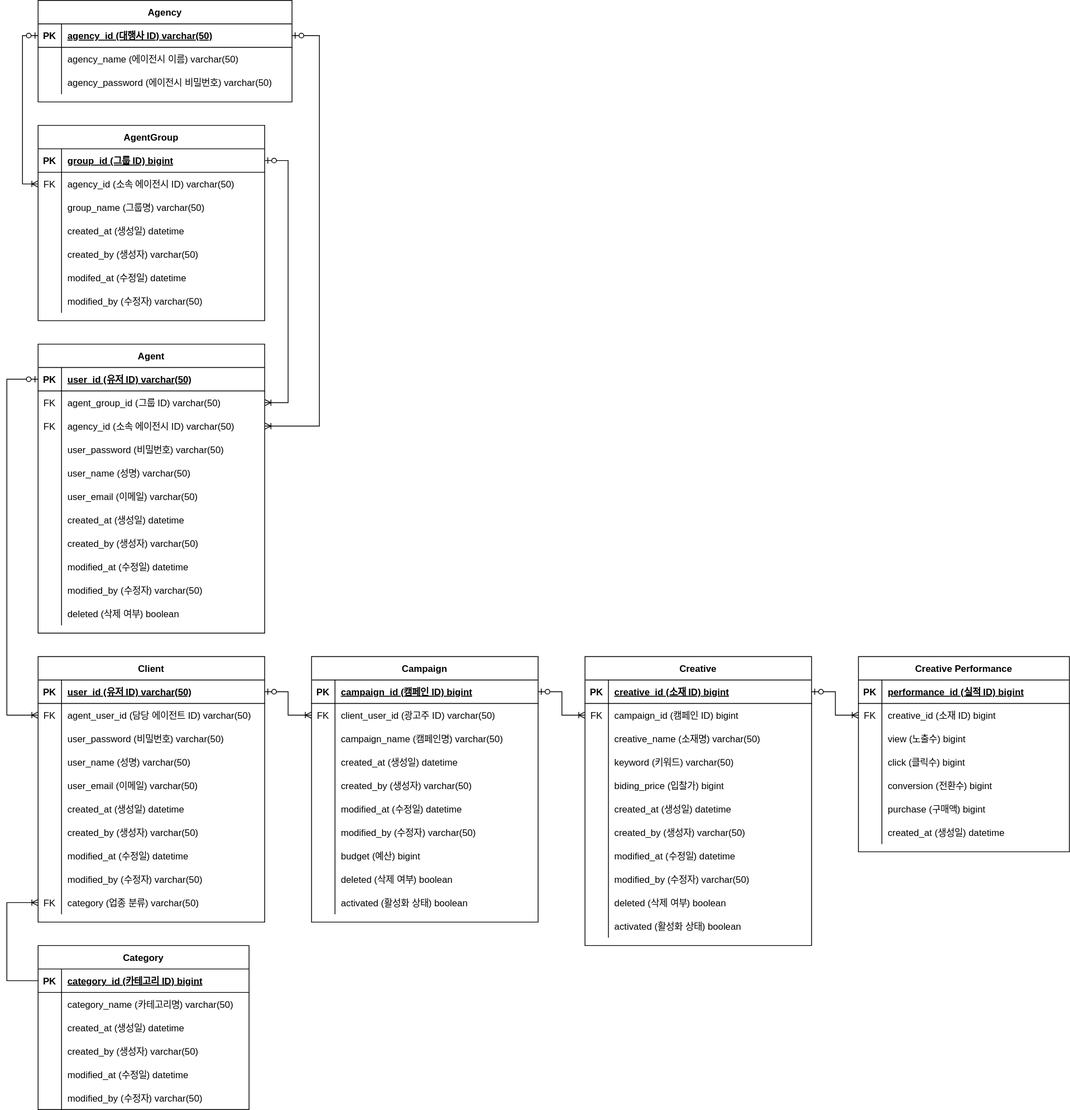
The draw.io diagram document/ERD.drawio.svg in mrcocoball/cocoball-ad-platform-agency, before a commit. Source tidied: cells renumbered, new cells last; positions are measured from the earlier drawing's top-left corner, leaving out a move shared by most shapes.
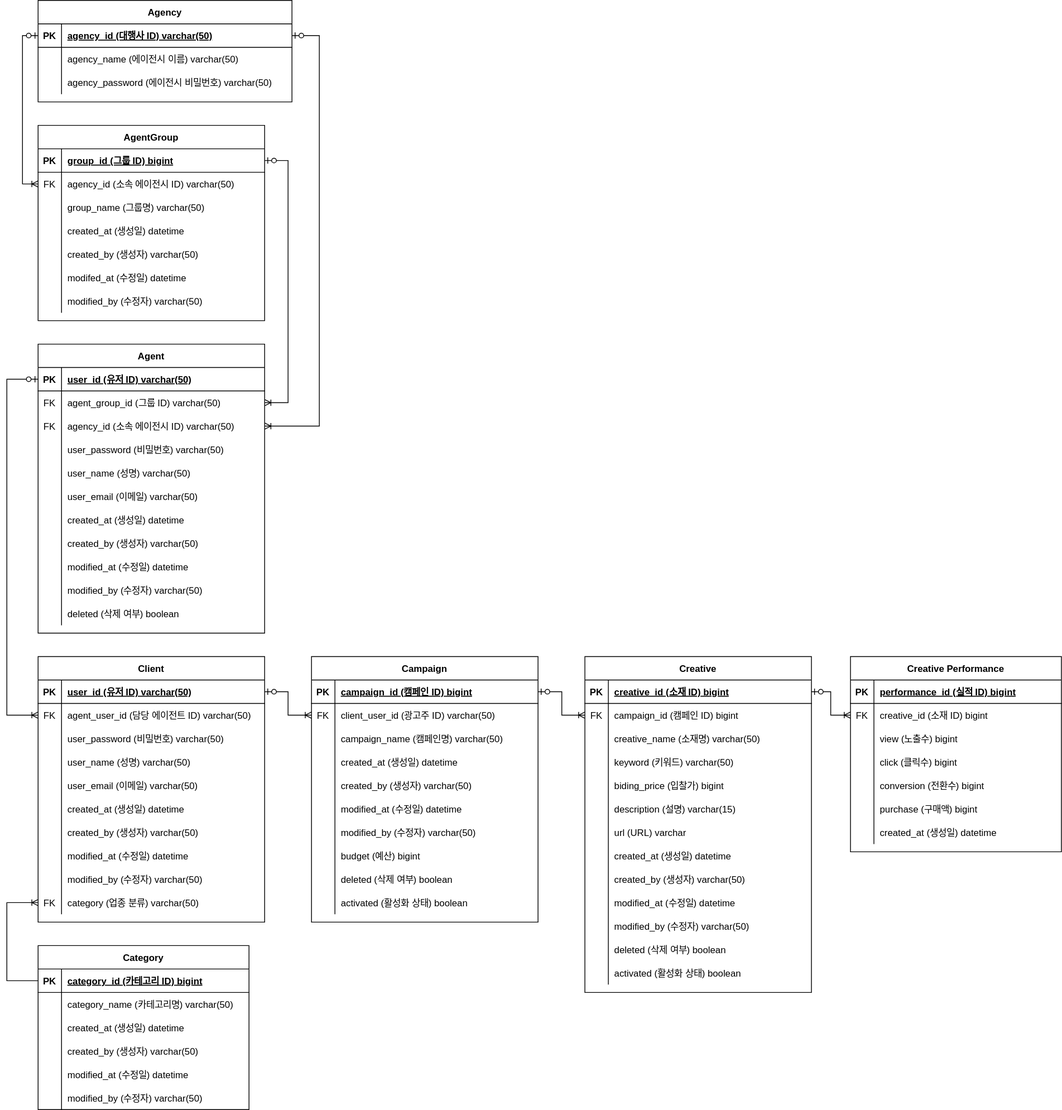
The same diagram one commit later.

The edit, as a diff of the source:
```diff
@@ -387,7 +387,7 @@
       <mxGeometry x="30" width="260" height="30" as="geometry" />
     </mxCell>
     <mxCell id="130" value="Creative" style="shape=table;startSize=30;rowLines=0;fontStyle=1;align=center;" parent="1" vertex="1">
-      <mxGeometry x="740" y="840" width="290" height="370" as="geometry" />
+      <mxGeometry x="740" y="840" width="290" height="430" as="geometry" />
     </mxCell>
     <mxCell id="131" style="shape=tableRow;horizontal=0;startSize=0;swimlaneHead=0;swimlaneBody=0;fillColor=none;points=[[0,0.5],[1,0.5]];portConstraint=eastwest;top=0;left=0;right=0;bottom=1;" parent="130" vertex="1">
       <mxGeometry y="30" width="290" height="30" as="geometry" />
@@ -434,8 +434,26 @@
     <mxCell id="145" value="biding_price (입찰가) bigint" style="shape=partialRectangle;fillColor=none;top=0;left=0;bottom=0;right=0;align=left;spacingLeft=6;overflow=hidden;" parent="143" vertex="1">
       <mxGeometry x="30" width="260" height="30" as="geometry" />
     </mxCell>
+    <mxCell id="214" style="shape=tableRow;horizontal=0;startSize=0;swimlaneHead=0;swimlaneBody=0;fillColor=none;top=0;left=0;right=0;bottom=0;" parent="130" vertex="1">
+      <mxGeometry y="180" width="290" height="30" as="geometry" />
+    </mxCell>
+    <mxCell id="215" style="shape=partialRectangle;fillColor=none;top=0;left=0;bottom=0;right=0;overflow=hidden;" parent="214" vertex="1">
+      <mxGeometry width="30" height="30" as="geometry" />
+    </mxCell>
+    <mxCell id="216" value="description (설명) varchar(15)" style="shape=partialRectangle;fillColor=none;top=0;left=0;bottom=0;right=0;align=left;spacingLeft=6;overflow=hidden;" parent="214" vertex="1">
+      <mxGeometry x="30" width="260" height="30" as="geometry" />
+    </mxCell>
+    <mxCell id="217" style="shape=tableRow;horizontal=0;startSize=0;swimlaneHead=0;swimlaneBody=0;fillColor=none;top=0;left=0;right=0;bottom=0;" parent="130" vertex="1">
+      <mxGeometry y="210" width="290" height="30" as="geometry" />
+    </mxCell>
+    <mxCell id="218" style="shape=partialRectangle;fillColor=none;top=0;left=0;bottom=0;right=0;overflow=hidden;" parent="217" vertex="1">
+      <mxGeometry width="30" height="30" as="geometry" />
+    </mxCell>
+    <mxCell id="219" value="url (URL) varchar" style="shape=partialRectangle;fillColor=none;top=0;left=0;bottom=0;right=0;align=left;spacingLeft=6;overflow=hidden;" parent="217" vertex="1">
+      <mxGeometry x="30" width="260" height="30" as="geometry" />
+    </mxCell>
     <mxCell id="146" style="shape=tableRow;horizontal=0;startSize=0;swimlaneHead=0;swimlaneBody=0;fillColor=none;top=0;left=0;right=0;bottom=0;" parent="130" vertex="1">
-      <mxGeometry y="180" width="290" height="30" as="geometry" />
+      <mxGeometry y="240" width="290" height="30" as="geometry" />
     </mxCell>
     <mxCell id="147" style="shape=partialRectangle;fillColor=none;top=0;left=0;bottom=0;right=0;overflow=hidden;" parent="146" vertex="1">
       <mxGeometry width="30" height="30" as="geometry" />
@@ -444,7 +462,7 @@
       <mxGeometry x="30" width="260" height="30" as="geometry" />
     </mxCell>
     <mxCell id="149" style="shape=tableRow;horizontal=0;startSize=0;swimlaneHead=0;swimlaneBody=0;fillColor=none;top=0;left=0;right=0;bottom=0;" parent="130" vertex="1">
-      <mxGeometry y="210" width="290" height="30" as="geometry" />
+      <mxGeometry y="270" width="290" height="30" as="geometry" />
     </mxCell>
     <mxCell id="150" style="shape=partialRectangle;fillColor=none;top=0;left=0;bottom=0;right=0;overflow=hidden;" parent="149" vertex="1">
       <mxGeometry width="30" height="30" as="geometry" />
@@ -453,7 +471,7 @@
       <mxGeometry x="30" width="260" height="30" as="geometry" />
     </mxCell>
     <mxCell id="152" style="shape=tableRow;horizontal=0;startSize=0;swimlaneHead=0;swimlaneBody=0;fillColor=none;top=0;left=0;right=0;bottom=0;" parent="130" vertex="1">
-      <mxGeometry y="240" width="290" height="30" as="geometry" />
+      <mxGeometry y="300" width="290" height="30" as="geometry" />
     </mxCell>
     <mxCell id="153" style="shape=partialRectangle;fillColor=none;top=0;left=0;bottom=0;right=0;overflow=hidden;" parent="152" vertex="1">
       <mxGeometry width="30" height="30" as="geometry" />
@@ -462,7 +480,7 @@
       <mxGeometry x="30" width="260" height="30" as="geometry" />
     </mxCell>
     <mxCell id="155" style="shape=tableRow;horizontal=0;startSize=0;swimlaneHead=0;swimlaneBody=0;fillColor=none;top=0;left=0;right=0;bottom=0;" parent="130" vertex="1">
-      <mxGeometry y="270" width="290" height="30" as="geometry" />
+      <mxGeometry y="330" width="290" height="30" as="geometry" />
     </mxCell>
     <mxCell id="156" style="shape=partialRectangle;fillColor=none;top=0;left=0;bottom=0;right=0;overflow=hidden;" parent="155" vertex="1">
       <mxGeometry width="30" height="30" as="geometry" />
@@ -471,7 +489,7 @@
       <mxGeometry x="30" width="260" height="30" as="geometry" />
     </mxCell>
     <mxCell id="158" style="shape=tableRow;horizontal=0;startSize=0;swimlaneHead=0;swimlaneBody=0;fillColor=none;top=0;left=0;right=0;bottom=0;" parent="130" vertex="1">
-      <mxGeometry y="300" width="290" height="30" as="geometry" />
+      <mxGeometry y="360" width="290" height="30" as="geometry" />
     </mxCell>
     <mxCell id="159" style="shape=partialRectangle;fillColor=none;top=0;left=0;bottom=0;right=0;overflow=hidden;" parent="158" vertex="1">
       <mxGeometry width="30" height="30" as="geometry" />
@@ -480,7 +498,7 @@
       <mxGeometry x="30" width="260" height="30" as="geometry" />
     </mxCell>
     <mxCell id="161" style="shape=tableRow;horizontal=0;startSize=0;swimlaneHead=0;swimlaneBody=0;fillColor=none;top=0;left=0;right=0;bottom=0;" parent="130" vertex="1">
-      <mxGeometry y="330" width="290" height="30" as="geometry" />
+      <mxGeometry y="390" width="290" height="30" as="geometry" />
     </mxCell>
     <mxCell id="162" style="shape=partialRectangle;fillColor=none;top=0;left=0;bottom=0;right=0;overflow=hidden;" parent="161" vertex="1">
       <mxGeometry width="30" height="30" as="geometry" />
@@ -553,7 +571,7 @@
       </mxGeometry>
     </mxCell>
     <mxCell id="184" value="Creative Performance" style="shape=table;startSize=30;rowLines=0;fontStyle=1;align=center;" parent="1" vertex="1">
-      <mxGeometry x="1090" y="840" width="270" height="250" as="geometry" />
+      <mxGeometry x="1080" y="840" width="270" height="250" as="geometry" />
     </mxCell>
     <mxCell id="185" style="shape=tableRow;horizontal=0;startSize=0;swimlaneHead=0;swimlaneBody=0;fillColor=none;top=0;left=0;right=0;bottom=1;" parent="184" vertex="1">
       <mxGeometry y="30" width="270" height="30" as="geometry" />
```
